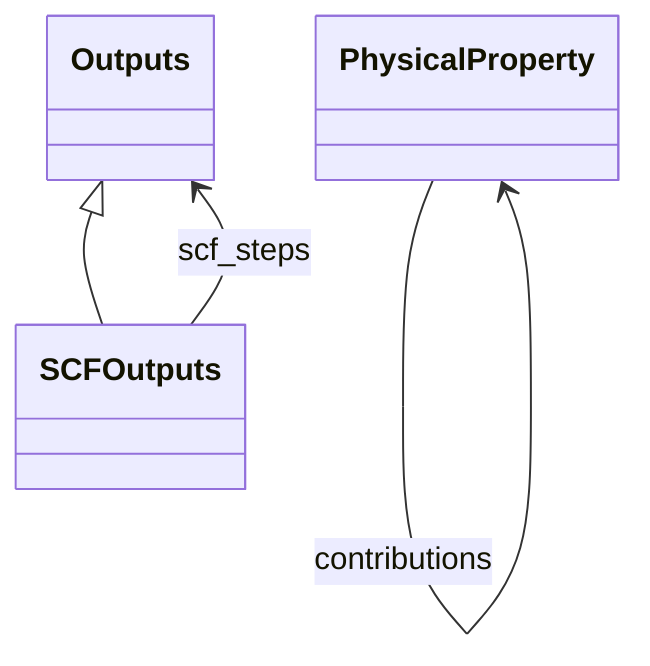
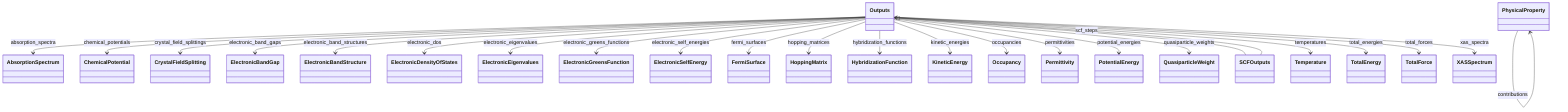
classDiagram
+     class AbsorptionSpectrum
+     class ChemicalPotential
+     class CrystalFieldSplitting
+     class ElectronicBandGap
+     class ElectronicBandStructure
+     class ElectronicDensityOfStates
+     class ElectronicEigenvalues
+     class ElectronicGreensFunction
+     class ElectronicSelfEnergy
+     class FermiSurface
+     class HoppingMatrix
+     class HybridizationFunction
+     class KineticEnergy
+     class Occupancy
    class Outputs
+     class Permittivity
    class PhysicalProperty
+     class PotentialEnergy
+     class QuasiparticleWeight
    class SCFOutputs
+     class Temperature
+     class TotalEnergy
+     class TotalForce
+     class XASSpectrum
    Outputs <|-- SCFOutputs
+     Outputs --> AbsorptionSpectrum : absorption_spectra
+     Outputs --> ChemicalPotential : chemical_potentials
+     Outputs --> CrystalFieldSplitting : crystal_field_splittings
+     Outputs --> ElectronicBandGap : electronic_band_gaps
+     Outputs --> ElectronicBandStructure : electronic_band_structures
+     Outputs --> ElectronicDensityOfStates : electronic_dos
+     Outputs --> ElectronicEigenvalues : electronic_eigenvalues
+     Outputs --> ElectronicGreensFunction : electronic_greens_functions
+     Outputs --> ElectronicSelfEnergy : electronic_self_energies
+     Outputs --> FermiSurface : fermi_surfaces
+     Outputs --> HoppingMatrix : hopping_matrices
+     Outputs --> HybridizationFunction : hybridization_functions
+     Outputs --> KineticEnergy : kinetic_energies
+     Outputs --> Occupancy : occupancies
+     Outputs --> Permittivity : permittivities
+     Outputs --> PotentialEnergy : potential_energies
+     Outputs --> QuasiparticleWeight : quasiparticle_weights
+     Outputs --> Temperature : temperatures
+     Outputs --> TotalEnergy : total_energies
+     Outputs --> TotalForce : total_forces
+     Outputs --> XASSpectrum : xas_spectra
    PhysicalProperty --> PhysicalProperty : contributions
    SCFOutputs --> Outputs : scf_steps
